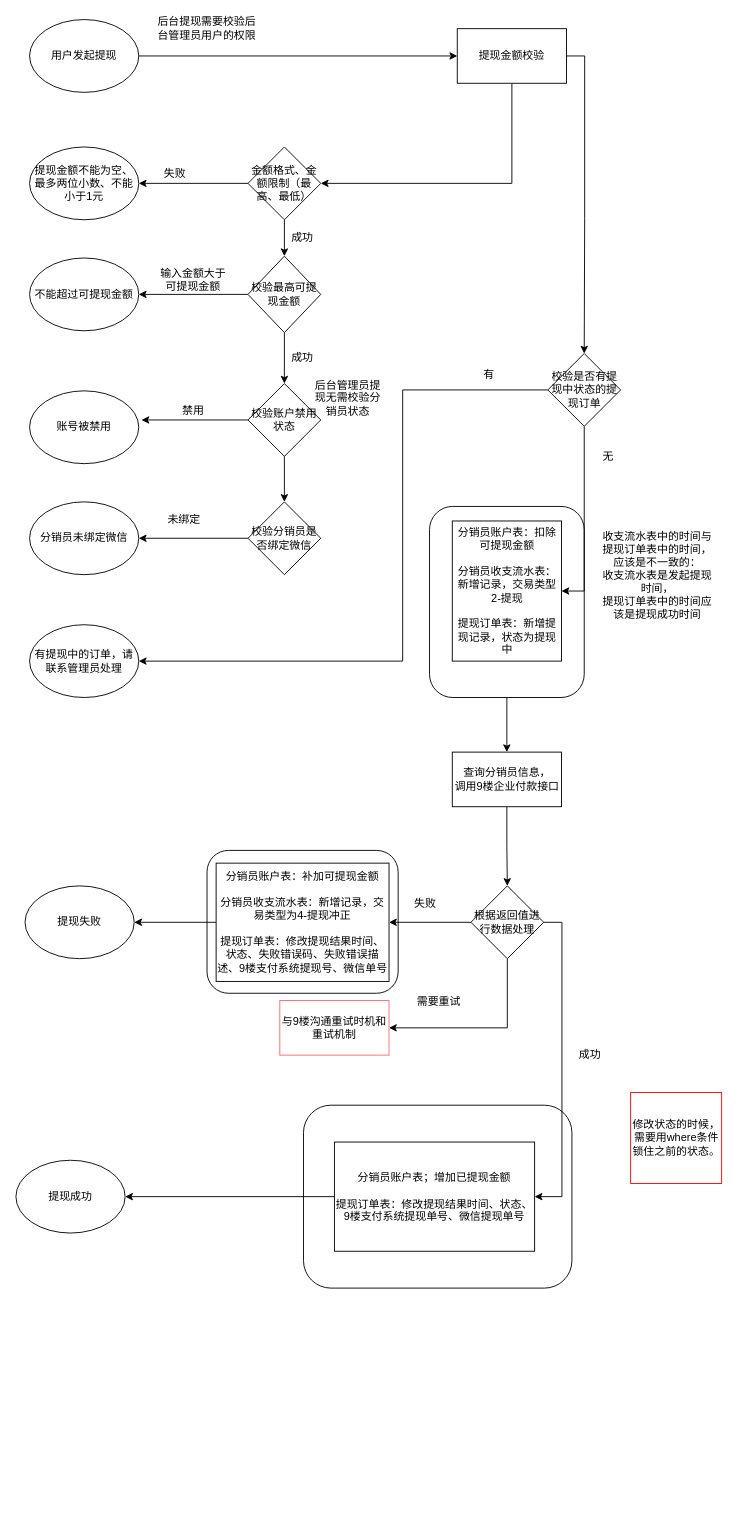
Earlier version of the draw.io diagram 杨妈二期分销员模块-提现流程图.drawio (dingchengyungit/drawio). Source tidied: cells renumbered, new cells numbered last; positions are measured from the earlier drawing's top-left corner, leaving out a move shared by most shapes. Both pictures are drawn from the tidied source at 91%, with x=0, y=0 at pixel (15, 19).
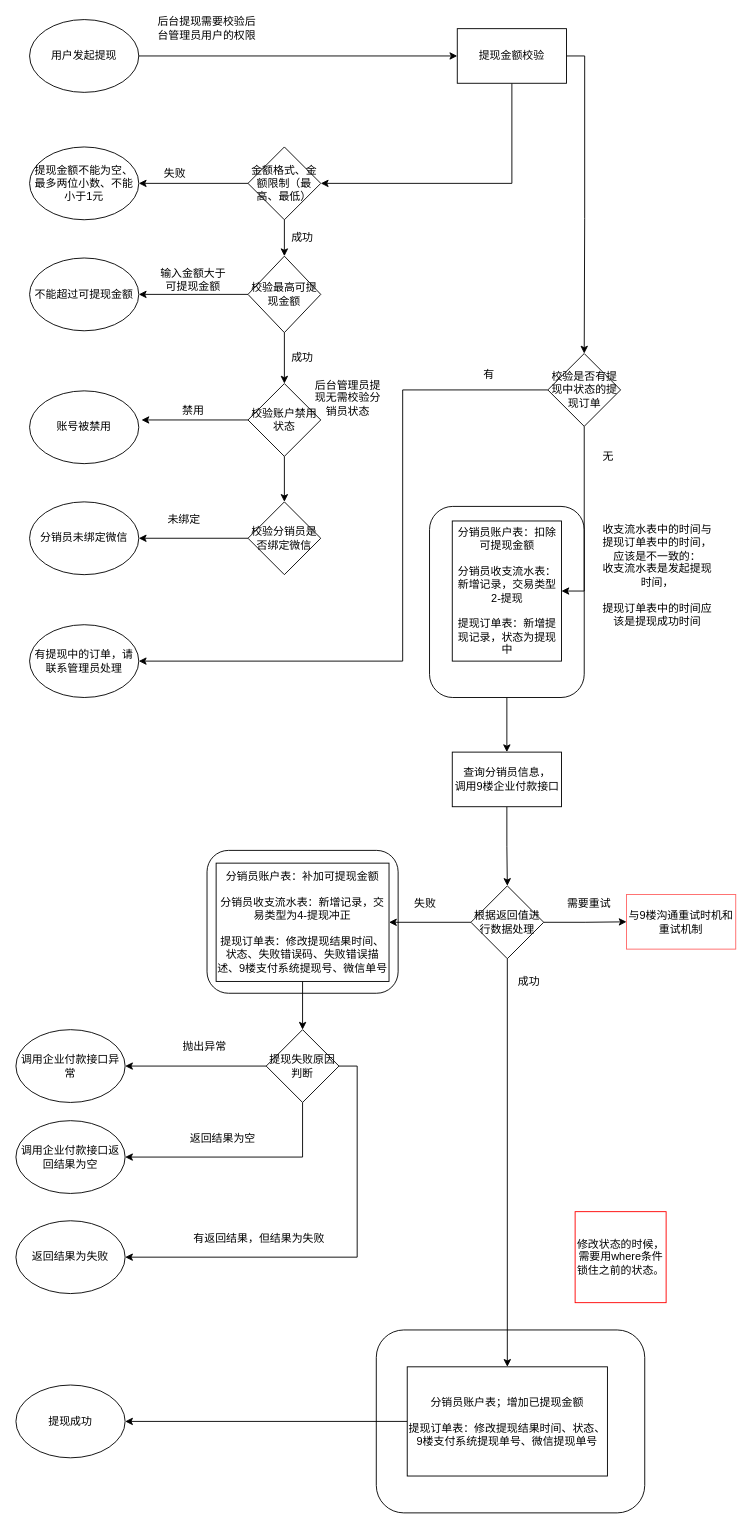
Above is the later version.

Commit message:
更新杨妈二期分销员模块-提现流程图.drawio

Unchanged cells that the change refers to:
```xml
<mxCell id="34" value="根据返回值进行数据处理" style="rhombus;whiteSpace=wrap;html=1;" parent="1" vertex="1">
  <mxGeometry x="500" y="952" width="80" height="80" as="geometry" />
</mxCell>
<mxCell id="36" value="分销员账户表：补加可提现金额&lt;br&gt;&lt;br&gt;分销员收支流水表：新增记录，交易类型为4-提现冲正&lt;br&gt;&lt;br&gt;提现订单表：修改提现结果时间、状态、失败错误码、失败错误描述、9楼支付系统提现号、微信单号" style="rounded=0;whiteSpace=wrap;html=1;" parent="1" vertex="1">
  <mxGeometry x="220" y="927" width="190" height="130" as="geometry" />
</mxCell>
```

What changed in the source:
```diff
@@
     <mxCell id="2" style="rounded=1;whiteSpace=wrap;html=1;" parent="1" vertex="1">
-      <mxGeometry x="316" y="1193" width="295" height="201" as="geometry" />
+      <mxGeometry x="396" y="1440" width="295" height="201" as="geometry" />
     </mxCell>
@@
-    <mxCell id="32" style="edgeStyle=orthogonalEdgeStyle;rounded=0;jettySize=auto;html=1;entryX=1;entryY=0.5;entryDx=0;entryDy=0;exitX=1;exitY=0.5;exitDx=0;exitDy=0;" parent="1" edge="1" source="34" target="39">
+    <mxCell id="32" style="edgeStyle=orthogonalEdgeStyle;rounded=0;jettySize=auto;html=1;exitX=0.5;exitY=1;exitDx=0;exitDy=0;" parent="1" edge="1" source="34" target="39">
       <mxGeometry relative="1" as="geometry" />
     </mxCell>
-    <mxCell id="33" style="edgeStyle=orthogonalEdgeStyle;rounded=0;jettySize=auto;html=1;entryX=1;entryY=0.5;entryDx=0;entryDy=0;exitX=0.5;exitY=1;exitDx=0;exitDy=0;" parent="1" edge="1" source="34" target="40">
+    <mxCell id="33" style="edgeStyle=orthogonalEdgeStyle;rounded=0;jettySize=auto;html=1;entryX=0;entryY=0.5;entryDx=0;entryDy=0;" parent="1" edge="1" source="34" target="40">
       <mxGeometry relative="1" as="geometry" />
     </mxCell>
@@
-    <mxCell id="35" style="edgeStyle=orthogonalEdgeStyle;rounded=0;jettySize=auto;html=1;" parent="1" edge="1" source="36" target="44">
-      <mxGeometry relative="1" as="geometry" />
-    </mxCell>
+    <mxCell id="59" style="edgeStyle=orthogonalEdgeStyle;rounded=0;jettySize=auto;html=1;entryX=0.5;entryY=0;entryDx=0;entryDy=0;" parent="1" edge="1" source="36" target="63">
+      <mxGeometry relative="1" as="geometry" />
+    </mxCell>
@@
     <mxCell id="39" value="分销员账户表；增加已提现金额&lt;br&gt;&lt;br&gt;提现订单表：修改提现结果时间、状态、9楼支付系统提现单号、微信提现单号" style="rounded=0;whiteSpace=wrap;html=1;" parent="1" vertex="1">
-      <mxGeometry x="350" y="1233.5" width="220" height="120" as="geometry" />
+      <mxGeometry x="430" y="1480.5" width="220" height="120" as="geometry" />
     </mxCell>
     <mxCell id="40" value="与9楼沟通重试时机和重试机制" style="rounded=0;whiteSpace=wrap;html=1;strokeColor=#FF6666;" parent="1" vertex="1">
-      <mxGeometry x="290" y="1078" width="120" height="60" as="geometry" />
+      <mxGeometry x="671" y="961.5" width="120" height="60" as="geometry" />
     </mxCell>
     <mxCell id="41" value="需要重试" style="text;html=1;strokeColor=none;fillColor=none;align=center;verticalAlign=middle;whiteSpace=wrap;rounded=0;" parent="1" vertex="1">
-      <mxGeometry x="440" y="1069" width="50" height="20" as="geometry" />
+      <mxGeometry x="605" y="962" width="50" height="20" as="geometry" />
     </mxCell>
     <mxCell id="42" value="成功" style="text;html=1;strokeColor=none;fillColor=none;align=center;verticalAlign=middle;whiteSpace=wrap;rounded=0;" parent="1" vertex="1">
-      <mxGeometry x="611" y="1128" width="40" height="20" as="geometry" />
+      <mxGeometry x="543.5" y="1047" width="40" height="20" as="geometry" />
     </mxCell>
     <mxCell id="43" value="提现成功" style="ellipse;whiteSpace=wrap;html=1;strokeColor=#000000;" parent="1" vertex="1">
-      <mxGeometry y="1253.5" width="120" height="80" as="geometry" />
+      <mxGeometry y="1500.5" width="120" height="80" as="geometry" />
     </mxCell>
-    <mxCell id="44" value="提现失败" style="ellipse;whiteSpace=wrap;html=1;strokeColor=#000000;" parent="1" vertex="1">
-      <mxGeometry x="10" y="952" width="120" height="80" as="geometry" />
-    </mxCell>
-    <mxCell id="45" value="收支流水表中的时间与提现订单表中的时间，应该是不一致的：&lt;br&gt;收支流水表是发起提现时间，&lt;br&gt;提现订单表中的时间应该是提现成功时间" style="text;html=1;strokeColor=none;fillColor=none;align=center;verticalAlign=middle;whiteSpace=wrap;rounded=0;" parent="1" vertex="1">
+    <mxCell id="45" value="收支流水表中的时间与提现订单表中的时间，应该是不一致的：&lt;br&gt;收支流水表是发起提现时间，&lt;br&gt;&lt;br&gt;提现订单表中的时间应该是提现成功时间" style="text;html=1;strokeColor=none;fillColor=none;align=center;verticalAlign=middle;whiteSpace=wrap;rounded=0;" parent="1" vertex="1">
       <mxGeometry x="639.5" y="539" width="130" height="144" as="geometry" />
     </mxCell>
@@
     <mxCell id="52" value="修改状态的时候，需要用where条件锁住之前的状态。" style="text;html=1;strokeColor=#FF0000;fillColor=none;align=center;verticalAlign=middle;whiteSpace=wrap;rounded=0;" parent="1" vertex="1">
-      <mxGeometry x="675.5" y="1179" width="100" height="100" as="geometry" />
+      <mxGeometry x="614.5" y="1310" width="100" height="100" as="geometry" />
     </mxCell>
@@
+    <mxCell id="60" style="edgeStyle=orthogonalEdgeStyle;rounded=0;jettySize=auto;html=1;entryX=1;entryY=0.5;entryDx=0;entryDy=0;" parent="1" edge="1" source="63" target="64">
+      <mxGeometry relative="1" as="geometry" />
+    </mxCell>
+    <mxCell id="61" style="edgeStyle=orthogonalEdgeStyle;rounded=0;jettySize=auto;html=1;entryX=1;entryY=0.5;entryDx=0;entryDy=0;exitX=0.5;exitY=1;exitDx=0;exitDy=0;" parent="1" edge="1" source="63" target="65">
+      <mxGeometry relative="1" as="geometry">
+        <Array as="points">
+          <mxPoint x="315" y="1250" />
+        </Array>
+      </mxGeometry>
+    </mxCell>
+    <mxCell id="62" style="edgeStyle=orthogonalEdgeStyle;rounded=0;jettySize=auto;html=1;entryX=1;entryY=0.5;entryDx=0;entryDy=0;exitX=1;exitY=0.5;exitDx=0;exitDy=0;" parent="1" edge="1" source="63" target="68">
+      <mxGeometry relative="1" as="geometry" />
+    </mxCell>
+    <mxCell id="63" value="提现失败原因判断" style="rhombus;whiteSpace=wrap;html=1;" parent="1" vertex="1">
+      <mxGeometry x="275" y="1110" width="80" height="80" as="geometry" />
+    </mxCell>
+    <mxCell id="64" value="调用企业付款接口异常" style="ellipse;whiteSpace=wrap;html=1;" parent="1" vertex="1">
+      <mxGeometry y="1110" width="120" height="80" as="geometry" />
+    </mxCell>
+    <mxCell id="65" value="调用企业付款接口返回结果为空" style="ellipse;whiteSpace=wrap;html=1;" parent="1" vertex="1">
+      <mxGeometry y="1210" width="120" height="80" as="geometry" />
+    </mxCell>
+    <mxCell id="66" value="抛出异常" style="text;html=1;strokeColor=none;fillColor=none;align=center;verticalAlign=middle;whiteSpace=wrap;rounded=0;" parent="1" vertex="1">
+      <mxGeometry x="180" y="1119" width="55" height="20" as="geometry" />
+    </mxCell>
+    <mxCell id="67" value="返回结果为空" style="text;html=1;strokeColor=none;fillColor=none;align=center;verticalAlign=middle;whiteSpace=wrap;rounded=0;" parent="1" vertex="1">
+      <mxGeometry x="190" y="1220" width="75" height="20" as="geometry" />
+    </mxCell>
+    <mxCell id="68" value="返回结果为失败" style="ellipse;whiteSpace=wrap;html=1;" parent="1" vertex="1">
+      <mxGeometry y="1320" width="120" height="80" as="geometry" />
+    </mxCell>
+    <mxCell id="69" value="有返回结果，但结果为失败" style="text;html=1;strokeColor=none;fillColor=none;align=center;verticalAlign=middle;whiteSpace=wrap;rounded=0;" parent="1" vertex="1">
+      <mxGeometry x="190" y="1330" width="155" height="20" as="geometry" />
+    </mxCell>
```
